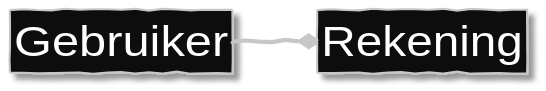
Above: slides/domein-modellen/diagrammen/voorbeeld-compositie.svg in gielese/presentatieModelleren (PlantUML), before the change.
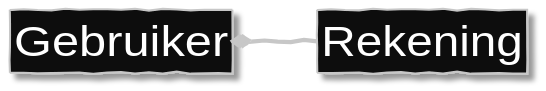
Above is the later version.

Diff of the diagram source:
```diff
@@ -6,10 +6,11 @@
         skinparam arrowThickness 3
         skinparam nodesep 60
 
+
         class Gebruiker
         class Rekening
 
-        Gebruiker -r-* Rekening
+        Gebruiker *-r- Rekening
 
         hide members
         hide circle
```
